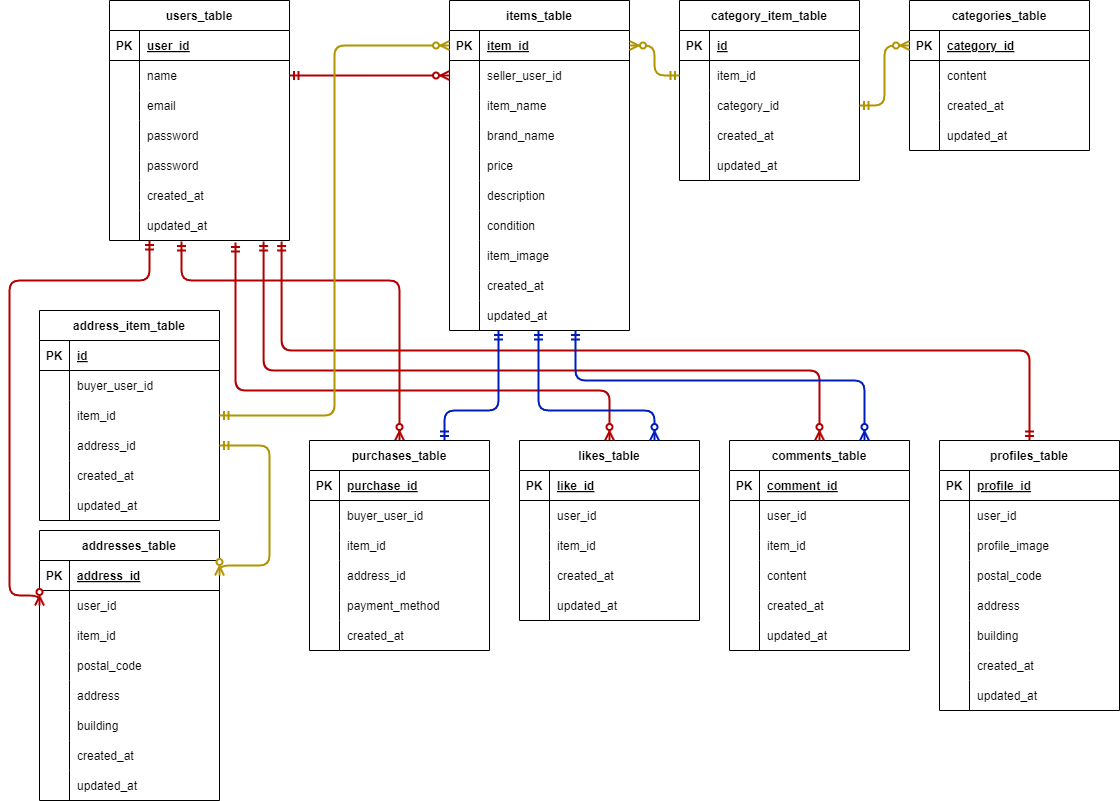
risamatsumoto1104/pro-test keeps this draw.io diagram as er.png. Above is the earlier version. Source tidied: cells renumbered, new cells last; positions are measured from the earlier drawing's top-left corner, leaving out a move shared by most shapes.
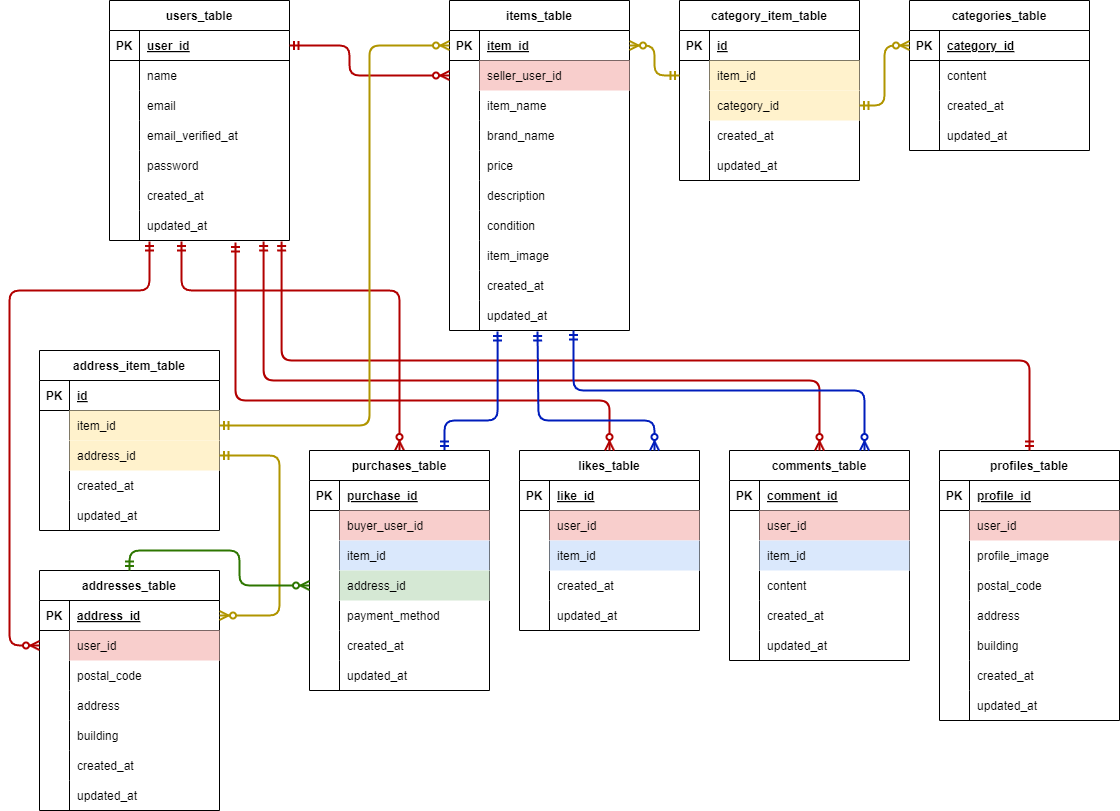
After the commit.

Diff of the diagram source:
```diff
@@ -5,3 +5,3 @@
     <mxCell id="2" value="users_table" style="shape=table;startSize=30;rowLines=0;fontStyle=1;align=center;" parent="1" vertex="1">
-      <mxGeometry x="100" width="180" height="240" as="geometry" />
+      <mxGeometry x="100" y="-10" width="180" height="240" as="geometry" />
     </mxCell>
@@ -37,8 +37,8 @@
     </mxCell>
-    <mxCell id="13" style="shape=partialRectangle;fillColor=none;top=0;left=0;bottom=0;right=0;overflow=hidden;" parent="12" vertex="1">
-      <mxGeometry width="30" height="30" as="geometry" />
-    </mxCell>
-    <mxCell id="14" value="password" style="shape=partialRectangle;fillColor=none;top=0;left=0;bottom=0;right=0;align=left;spacingLeft=6;overflow=hidden;" parent="12" vertex="1">
-      <mxGeometry x="30" width="150" height="30" as="geometry" />
-    </mxCell>
+    <mxCell id="220" style="shape=partialRectangle;fillColor=none;top=0;left=0;bottom=0;right=0;overflow=hidden;" parent="12" vertex="1">
+      <mxGeometry width="30" height="30" as="geometry" />
+    </mxCell>
+    <mxCell id="221" value="email_verified_at" style="shape=partialRectangle;fillColor=none;top=0;left=0;bottom=0;right=0;align=left;spacingLeft=6;overflow=hidden;" parent="12" vertex="1">
+      <mxGeometry x="30" width="150" height="30" as="geometry" />
+    </mxCell>
     <mxCell id="15" style="shape=tableRow;horizontal=0;startSize=0;swimlaneHead=0;swimlaneBody=0;fillColor=none;top=0;left=0;right=0;bottom=0;" parent="2" vertex="1">
@@ -88,3 +88,3 @@
     </mxCell>
-    <mxCell id="30" value="user_id" style="shape=partialRectangle;fillColor=none;top=0;left=0;bottom=0;right=0;align=left;spacingLeft=6;overflow=hidden;" parent="28" vertex="1">
+    <mxCell id="30" value="user_id" style="shape=partialRectangle;fillColor=#f8cecc;top=0;left=0;bottom=0;right=0;align=left;spacingLeft=6;overflow=hidden;strokeColor=#b85450;" parent="28" vertex="1">
       <mxGeometry x="30" width="150" height="30" as="geometry" />
@@ -97,3 +97,3 @@
     </mxCell>
-    <mxCell id="33" value="item_id" style="shape=partialRectangle;fillColor=none;top=0;left=0;bottom=0;right=0;align=left;spacingLeft=6;overflow=hidden;" parent="31" vertex="1">
+    <mxCell id="33" value="item_id" style="shape=partialRectangle;fillColor=#dae8fc;top=0;left=0;bottom=0;right=0;align=left;spacingLeft=6;overflow=hidden;strokeColor=#6c8ebf;" parent="31" vertex="1">
       <mxGeometry x="30" width="150" height="30" as="geometry" />
@@ -136,3 +136,3 @@
     </mxCell>
-    <mxCell id="46" value="user_id" style="shape=partialRectangle;fillColor=none;top=0;left=0;bottom=0;right=0;align=left;spacingLeft=6;overflow=hidden;" parent="44" vertex="1">
+    <mxCell id="46" value="user_id" style="shape=partialRectangle;fillColor=#f8cecc;top=0;left=0;bottom=0;right=0;align=left;spacingLeft=6;overflow=hidden;strokeColor=#b85450;" parent="44" vertex="1">
       <mxGeometry x="30" width="150" height="30" as="geometry" />
@@ -211,3 +211,3 @@
     </mxCell>
-    <mxCell id="71" value="user_id" style="shape=partialRectangle;fillColor=none;top=0;left=0;bottom=0;right=0;align=left;spacingLeft=6;overflow=hidden;" parent="69" vertex="1">
+    <mxCell id="71" value="user_id" style="shape=partialRectangle;fillColor=#f8cecc;top=0;left=0;bottom=0;right=0;align=left;spacingLeft=6;overflow=hidden;strokeColor=#b85450;" parent="69" vertex="1">
       <mxGeometry x="30" width="150" height="30" as="geometry" />
@@ -220,3 +220,3 @@
     </mxCell>
-    <mxCell id="74" value="item_id" style="shape=partialRectangle;fillColor=none;top=0;left=0;bottom=0;right=0;align=left;spacingLeft=6;overflow=hidden;" parent="72" vertex="1">
+    <mxCell id="74" value="item_id" style="shape=partialRectangle;fillColor=#dae8fc;top=0;left=0;bottom=0;right=0;align=left;spacingLeft=6;overflow=hidden;strokeColor=#6c8ebf;" parent="72" vertex="1">
       <mxGeometry x="30" width="150" height="30" as="geometry" />
@@ -251,3 +251,3 @@
     <mxCell id="84" value="items_table" style="shape=table;startSize=30;rowLines=0;fontStyle=1;align=center;" parent="1" vertex="1">
-      <mxGeometry x="440" width="180" height="330" as="geometry" />
+      <mxGeometry x="440" y="-10" width="180" height="330" as="geometry" />
     </mxCell>
@@ -268,3 +268,3 @@
     </mxCell>
-    <mxCell id="90" value="seller_user_id" style="shape=partialRectangle;fillColor=none;top=0;left=0;bottom=0;right=0;align=left;spacingLeft=6;overflow=hidden;" parent="88" vertex="1">
+    <mxCell id="90" value="seller_user_id" style="shape=partialRectangle;fillColor=#f8cecc;top=0;left=0;bottom=0;right=0;align=left;spacingLeft=6;overflow=hidden;strokeColor=#b85450;" parent="88" vertex="1">
       <mxGeometry x="30" width="150" height="30" as="geometry" />
@@ -344,3 +344,3 @@
     <mxCell id="115" value="address_item_table" style="shape=table;startSize=30;rowLines=0;fontStyle=1;align=center;" parent="1" vertex="1">
-      <mxGeometry x="30" y="310" width="180" height="210" as="geometry" />
+      <mxGeometry x="30" y="340" width="180" height="180" as="geometry" />
     </mxCell>
@@ -355,13 +355,4 @@
     </mxCell>
-    <mxCell id="119" style="shape=tableRow;horizontal=0;startSize=0;swimlaneHead=0;swimlaneBody=0;fillColor=none;top=0;left=0;right=0;bottom=0;" parent="115" vertex="1">
-      <mxGeometry y="60" width="180" height="30" as="geometry" />
-    </mxCell>
-    <mxCell id="120" style="shape=partialRectangle;fillColor=none;top=0;left=0;bottom=0;right=0;overflow=hidden;" parent="119" vertex="1">
-      <mxGeometry width="30" height="30" as="geometry" />
-    </mxCell>
-    <mxCell id="121" value="buyer_user_id" style="shape=partialRectangle;fillColor=none;top=0;left=0;bottom=0;right=0;align=left;spacingLeft=6;overflow=hidden;" parent="119" vertex="1">
-      <mxGeometry x="30" width="150" height="30" as="geometry" />
-    </mxCell>
     <mxCell id="122" style="shape=tableRow;horizontal=0;startSize=0;swimlaneHead=0;swimlaneBody=0;fillColor=none;points=[[0,0.5],[1,0.5]];portConstraint=eastwest;top=0;left=0;right=0;bottom=0;" parent="115" vertex="1">
-      <mxGeometry y="90" width="180" height="30" as="geometry" />
+      <mxGeometry y="60" width="180" height="30" as="geometry" />
     </mxCell>
@@ -370,3 +361,3 @@
     </mxCell>
-    <mxCell id="124" value="item_id" style="shape=partialRectangle;fillColor=none;top=0;left=0;bottom=0;right=0;align=left;spacingLeft=6;overflow=hidden;" parent="122" vertex="1">
+    <mxCell id="124" value="item_id" style="shape=partialRectangle;fillColor=#fff2cc;top=0;left=0;bottom=0;right=0;align=left;spacingLeft=6;overflow=hidden;strokeColor=#d6b656;" parent="122" vertex="1">
       <mxGeometry x="30" width="150" height="30" as="geometry" />
@@ -374,3 +365,3 @@
     <mxCell id="125" style="shape=tableRow;horizontal=0;startSize=0;swimlaneHead=0;swimlaneBody=0;fillColor=none;points=[[0,0.5],[1,0.5]];portConstraint=eastwest;top=0;left=0;right=0;bottom=0;" parent="115" vertex="1">
-      <mxGeometry y="120" width="180" height="30" as="geometry" />
+      <mxGeometry y="90" width="180" height="30" as="geometry" />
     </mxCell>
@@ -379,3 +370,3 @@
     </mxCell>
-    <mxCell id="127" value="address_id" style="shape=partialRectangle;fillColor=none;top=0;left=0;bottom=0;right=0;align=left;spacingLeft=6;overflow=hidden;" parent="125" vertex="1">
+    <mxCell id="127" value="address_id" style="shape=partialRectangle;fillColor=#fff2cc;top=0;left=0;bottom=0;right=0;align=left;spacingLeft=6;overflow=hidden;strokeColor=#d6b656;" parent="125" vertex="1">
       <mxGeometry x="30" width="150" height="30" as="geometry" />
@@ -383,3 +374,3 @@
     <mxCell id="128" style="shape=tableRow;horizontal=0;startSize=0;swimlaneHead=0;swimlaneBody=0;fillColor=none;top=0;left=0;right=0;bottom=0;" parent="115" vertex="1">
-      <mxGeometry y="150" width="180" height="30" as="geometry" />
+      <mxGeometry y="120" width="180" height="30" as="geometry" />
     </mxCell>
@@ -392,3 +383,3 @@
     <mxCell id="131" style="shape=tableRow;horizontal=0;startSize=0;swimlaneHead=0;swimlaneBody=0;fillColor=none;top=0;left=0;right=0;bottom=0;" parent="115" vertex="1">
-      <mxGeometry y="180" width="180" height="30" as="geometry" />
+      <mxGeometry y="150" width="180" height="30" as="geometry" />
     </mxCell>
@@ -401,3 +392,3 @@
     <mxCell id="134" value="addresses_table" style="shape=table;startSize=30;rowLines=0;fontStyle=1;align=center;" parent="1" vertex="1">
-      <mxGeometry x="30" y="530" width="180" height="270" as="geometry" />
+      <mxGeometry x="30" y="560" width="180" height="240" as="geometry" />
     </mxCell>
@@ -418,16 +409,7 @@
     </mxCell>
-    <mxCell id="140" value="user_id" style="shape=partialRectangle;fillColor=none;top=0;left=0;bottom=0;right=0;align=left;spacingLeft=6;overflow=hidden;" parent="138" vertex="1">
+    <mxCell id="140" value="user_id" style="shape=partialRectangle;fillColor=#f8cecc;top=0;left=0;bottom=0;right=0;align=left;spacingLeft=6;overflow=hidden;strokeColor=#b85450;" parent="138" vertex="1">
       <mxGeometry x="30" width="150" height="30" as="geometry" />
     </mxCell>
-    <mxCell id="141" style="shape=tableRow;horizontal=0;startSize=0;swimlaneHead=0;swimlaneBody=0;fillColor=none;top=0;left=0;right=0;bottom=0;" parent="134" vertex="1">
-      <mxGeometry y="90" width="180" height="30" as="geometry" />
-    </mxCell>
-    <mxCell id="142" style="shape=partialRectangle;fillColor=none;top=0;left=0;bottom=0;right=0;overflow=hidden;" parent="141" vertex="1">
-      <mxGeometry width="30" height="30" as="geometry" />
-    </mxCell>
-    <mxCell id="143" value="item_id" style="shape=partialRectangle;fillColor=none;top=0;left=0;bottom=0;right=0;align=left;spacingLeft=6;overflow=hidden;" parent="141" vertex="1">
-      <mxGeometry x="30" width="150" height="30" as="geometry" />
-    </mxCell>
     <mxCell id="144" style="shape=tableRow;horizontal=0;startSize=0;swimlaneHead=0;swimlaneBody=0;fillColor=none;top=0;left=0;right=0;bottom=0;" parent="134" vertex="1">
-      <mxGeometry y="120" width="180" height="30" as="geometry" />
+      <mxGeometry y="90" width="180" height="30" as="geometry" />
     </mxCell>
@@ -440,3 +422,3 @@
     <mxCell id="147" style="shape=tableRow;horizontal=0;startSize=0;swimlaneHead=0;swimlaneBody=0;fillColor=none;top=0;left=0;right=0;bottom=0;" parent="134" vertex="1">
-      <mxGeometry y="150" width="180" height="30" as="geometry" />
+      <mxGeometry y="120" width="180" height="30" as="geometry" />
     </mxCell>
@@ -449,3 +431,3 @@
     <mxCell id="150" style="shape=tableRow;horizontal=0;startSize=0;swimlaneHead=0;swimlaneBody=0;fillColor=none;top=0;left=0;right=0;bottom=0;" parent="134" vertex="1">
-      <mxGeometry y="180" width="180" height="30" as="geometry" />
+      <mxGeometry y="150" width="180" height="30" as="geometry" />
     </mxCell>
@@ -458,3 +440,3 @@
     <mxCell id="153" style="shape=tableRow;horizontal=0;startSize=0;swimlaneHead=0;swimlaneBody=0;fillColor=none;top=0;left=0;right=0;bottom=0;" parent="134" vertex="1">
-      <mxGeometry y="210" width="180" height="30" as="geometry" />
+      <mxGeometry y="180" width="180" height="30" as="geometry" />
     </mxCell>
@@ -467,3 +449,3 @@
     <mxCell id="156" style="shape=tableRow;horizontal=0;startSize=0;swimlaneHead=0;swimlaneBody=0;fillColor=none;top=0;left=0;right=0;bottom=0;" parent="134" vertex="1">
-      <mxGeometry y="240" width="180" height="30" as="geometry" />
+      <mxGeometry y="210" width="180" height="30" as="geometry" />
     </mxCell>
@@ -475,4 +457,9 @@
     </mxCell>
-    <mxCell id="159" style="fontSize=12;html=1;endArrow=ERzeroToMany;startArrow=ERmandOne;entryX=0;entryY=0.5;entryDx=0;entryDy=0;exitX=1;exitY=0.5;exitDx=0;exitDy=0;strokeWidth=2;fillColor=#e51400;strokeColor=#B20000;" parent="1" edge="1" source="6" target="88">
-      <mxGeometry relative="1" as="geometry" />
+    <mxCell id="159" style="fontSize=12;html=1;endArrow=ERzeroToMany;startArrow=ERmandOne;entryX=0;entryY=0.5;entryDx=0;entryDy=0;exitX=1;exitY=0.5;exitDx=0;exitDy=0;strokeWidth=2;fillColor=#e51400;strokeColor=#B20000;edgeStyle=orthogonalEdgeStyle;" parent="1" edge="1" source="5" target="88">
+      <mxGeometry relative="1" as="geometry">
+        <Array as="points">
+          <mxPoint x="340" y="35" />
+          <mxPoint x="340" y="65" />
+        </Array>
+      </mxGeometry>
     </mxCell>
@@ -510,8 +497,7 @@
     </mxCell>
-    <mxCell id="164" style="fontSize=12;html=1;endArrow=ERmandOne;startArrow=ERmandOne;strokeWidth=2;exitX=0.75;exitY=0;exitDx=0;exitDy=0;edgeStyle=orthogonalEdgeStyle;strokeColor=#001DBC;fillColor=#0050ef;" parent="1" edge="1" source="196">
+    <mxCell id="164" style="fontSize=12;html=1;endArrow=ERmandOne;startArrow=ERmandOne;strokeWidth=2;exitX=0.75;exitY=0;exitDx=0;exitDy=0;edgeStyle=orthogonalEdgeStyle;strokeColor=#001DBC;fillColor=#0050ef;entryX=0.267;entryY=1.033;entryDx=0;entryDy=0;entryPerimeter=0;" parent="1" edge="1" source="196" target="112">
       <mxGeometry relative="1" as="geometry">
-        <mxPoint x="489" y="330" as="targetPoint" />
         <Array as="points">
           <mxPoint x="435" y="410" />
-          <mxPoint x="489" y="410" />
+          <mxPoint x="488" y="410" />
         </Array>
@@ -519,5 +505,4 @@
     </mxCell>
-    <mxCell id="165" style="edgeStyle=orthogonalEdgeStyle;fontSize=12;html=1;endArrow=ERzeroToMany;startArrow=ERmandOne;strokeWidth=2;entryX=0.75;entryY=0;entryDx=0;entryDy=0;fillColor=#0050ef;strokeColor=#001DBC;" parent="1" edge="1" target="24">
+    <mxCell id="165" style="edgeStyle=orthogonalEdgeStyle;fontSize=12;html=1;endArrow=ERzeroToMany;startArrow=ERmandOne;strokeWidth=2;entryX=0.75;entryY=0;entryDx=0;entryDy=0;fillColor=#0050ef;strokeColor=#001DBC;exitX=0.489;exitY=1.033;exitDx=0;exitDy=0;exitPerimeter=0;" parent="1" edge="1" source="112" target="24">
       <mxGeometry relative="1" as="geometry">
-        <mxPoint x="529" y="330" as="sourcePoint" />
         <Array as="points">
@@ -528,7 +513,6 @@
     </mxCell>
-    <mxCell id="166" style="edgeStyle=orthogonalEdgeStyle;fontSize=12;html=1;endArrow=ERzeroToMany;startArrow=ERmandOne;strokeWidth=2;entryX=0.75;entryY=0;entryDx=0;entryDy=0;fillColor=#0050ef;strokeColor=#001DBC;" parent="1" edge="1" target="65">
+    <mxCell id="166" style="edgeStyle=orthogonalEdgeStyle;fontSize=12;html=1;endArrow=ERzeroToMany;startArrow=ERmandOne;strokeWidth=2;entryX=0.75;entryY=0;entryDx=0;entryDy=0;fillColor=#0050ef;strokeColor=#001DBC;exitX=0.689;exitY=1;exitDx=0;exitDy=0;exitPerimeter=0;" parent="1" edge="1" source="112" target="65">
       <mxGeometry relative="1" as="geometry">
-        <mxPoint x="566" y="330" as="sourcePoint" />
         <Array as="points">
-          <mxPoint x="566" y="380" />
+          <mxPoint x="564" y="380" />
           <mxPoint x="855" y="380" />
@@ -538,3 +522,3 @@
     <mxCell id="167" value="categories_table" style="shape=table;startSize=30;rowLines=0;fontStyle=1;align=center;" parent="1" vertex="1">
-      <mxGeometry x="900" width="180" height="150" as="geometry" />
+      <mxGeometry x="900" y="-10" width="180" height="150" as="geometry" />
     </mxCell>
@@ -577,3 +561,3 @@
     <mxCell id="180" value="category_item_table" style="shape=table;startSize=30;rowLines=0;fontStyle=1;align=center;" parent="1" vertex="1">
-      <mxGeometry x="670" width="180" height="180" as="geometry" />
+      <mxGeometry x="670" y="-10" width="180" height="180" as="geometry" />
     </mxCell>
@@ -594,3 +578,3 @@
     </mxCell>
-    <mxCell id="186" value="item_id" style="shape=partialRectangle;fillColor=none;top=0;left=0;bottom=0;right=0;align=left;spacingLeft=6;overflow=hidden;" parent="184" vertex="1">
+    <mxCell id="186" value="item_id" style="shape=partialRectangle;fillColor=#fff2cc;top=0;left=0;bottom=0;right=0;align=left;spacingLeft=6;overflow=hidden;strokeColor=#d6b656;" parent="184" vertex="1">
       <mxGeometry x="30" width="150" height="30" as="geometry" />
@@ -603,3 +587,3 @@
     </mxCell>
-    <mxCell id="189" value="category_id" style="shape=partialRectangle;fillColor=none;top=0;left=0;bottom=0;right=0;align=left;spacingLeft=6;overflow=hidden;" parent="187" vertex="1">
+    <mxCell id="189" value="category_id" style="shape=partialRectangle;fillColor=#fff2cc;top=0;left=0;bottom=0;right=0;align=left;spacingLeft=6;overflow=hidden;strokeColor=#d6b656;" parent="187" vertex="1">
       <mxGeometry x="30" width="150" height="30" as="geometry" />
@@ -625,3 +609,3 @@
     <mxCell id="196" value="purchases_table" style="shape=table;startSize=30;rowLines=0;fontStyle=1;align=center;" parent="1" vertex="1">
-      <mxGeometry x="300" y="440" width="180" height="210" as="geometry" />
+      <mxGeometry x="300" y="440" width="180" height="240" as="geometry" />
     </mxCell>
@@ -642,3 +626,3 @@
     </mxCell>
-    <mxCell id="202" value="buyer_user_id" style="shape=partialRectangle;fillColor=none;top=0;left=0;bottom=0;right=0;align=left;spacingLeft=6;overflow=hidden;" parent="200" vertex="1">
+    <mxCell id="202" value="buyer_user_id" style="shape=partialRectangle;fillColor=#f8cecc;top=0;left=0;bottom=0;right=0;align=left;spacingLeft=6;overflow=hidden;strokeColor=#b85450;" parent="200" vertex="1">
       <mxGeometry x="30" width="150" height="30" as="geometry" />
@@ -651,3 +635,3 @@
     </mxCell>
-    <mxCell id="205" value="item_id" style="shape=partialRectangle;fillColor=none;top=0;left=0;bottom=0;right=0;align=left;spacingLeft=6;overflow=hidden;" parent="203" vertex="1">
+    <mxCell id="205" value="item_id" style="shape=partialRectangle;fillColor=#dae8fc;top=0;left=0;bottom=0;right=0;align=left;spacingLeft=6;overflow=hidden;strokeColor=#6c8ebf;" parent="203" vertex="1">
       <mxGeometry x="30" width="150" height="30" as="geometry" />
@@ -660,3 +644,3 @@
     </mxCell>
-    <mxCell id="208" value="address_id" style="shape=partialRectangle;fillColor=none;top=0;left=0;bottom=0;right=0;align=left;spacingLeft=6;overflow=hidden;" parent="206" vertex="1">
+    <mxCell id="208" value="address_id" style="shape=partialRectangle;fillColor=#d5e8d4;top=0;left=0;bottom=0;right=0;align=left;spacingLeft=6;overflow=hidden;strokeColor=#82b366;" parent="206" vertex="1">
       <mxGeometry x="30" width="150" height="30" as="geometry" />
@@ -681,5 +665,13 @@
     </mxCell>
+    <mxCell id="222" style="shape=tableRow;horizontal=0;startSize=0;swimlaneHead=0;swimlaneBody=0;fillColor=none;top=0;left=0;right=0;bottom=0;" parent="196" vertex="1">
+      <mxGeometry y="210" width="180" height="30" as="geometry" />
+    </mxCell>
+    <mxCell id="223" style="shape=partialRectangle;fillColor=none;top=0;left=0;bottom=0;right=0;overflow=hidden;" parent="222" vertex="1">
+      <mxGeometry width="30" height="30" as="geometry" />
+    </mxCell>
+    <mxCell id="224" value="updated_at" style="shape=partialRectangle;fillColor=none;top=0;left=0;bottom=0;right=0;align=left;spacingLeft=6;overflow=hidden;" parent="222" vertex="1">
+      <mxGeometry x="30" width="150" height="30" as="geometry" />
+    </mxCell>
-    <mxCell id="215" style="fontSize=12;html=1;endArrow=ERzeroToMany;startArrow=ERmandOne;entryX=0;entryY=0.5;entryDx=0;entryDy=0;strokeWidth=2;edgeStyle=orthogonalEdgeStyle;fillColor=#e51400;strokeColor=#B20000;exitX=0.4;exitY=1.033;exitDx=0;exitDy=0;exitPerimeter=0;" parent="1" edge="1" target="138">
+    <mxCell id="215" style="fontSize=12;html=1;endArrow=ERzeroToMany;startArrow=ERmandOne;entryX=0;entryY=0.5;entryDx=0;entryDy=0;strokeWidth=2;edgeStyle=orthogonalEdgeStyle;fillColor=#e51400;strokeColor=#B20000;exitX=0.222;exitY=1.033;exitDx=0;exitDy=0;exitPerimeter=0;" parent="1" edge="1" source="21" target="138">
       <mxGeometry relative="1" as="geometry">
-        <mxPoint x="140" y="240" as="sourcePoint" />
         <Array as="points">
@@ -687,3 +679,3 @@
           <mxPoint y="280" />
-          <mxPoint y="595" />
+          <mxPoint y="635" />
         </Array>
@@ -700,5 +692,4 @@
         <Array as="points">
-          <mxPoint x="260" y="445" />
-          <mxPoint x="260" y="565" />
-          <mxPoint x="210" y="565" />
+          <mxPoint x="270" y="445" />
+          <mxPoint x="270" y="605" />
         </Array>
@@ -707,4 +698,18 @@
     <mxCell id="219" style="edgeStyle=orthogonalEdgeStyle;fontSize=12;html=1;endArrow=ERzeroToMany;startArrow=ERmandOne;strokeWidth=2;entryX=0;entryY=0.5;entryDx=0;entryDy=0;exitX=1;exitY=0.5;exitDx=0;exitDy=0;fillColor=#e3c800;strokeColor=#B09500;" parent="1" edge="1" source="122" target="85">
-      <mxGeometry relative="1" as="geometry" />
+      <mxGeometry relative="1" as="geometry">
+        <Array as="points">
+          <mxPoint x="360" y="415" />
+          <mxPoint x="360" y="35" />
+        </Array>
+      </mxGeometry>
     </mxCell>
+    <mxCell id="225" style="edgeStyle=orthogonalEdgeStyle;fontSize=12;html=1;endArrow=ERzeroToMany;startArrow=ERmandOne;strokeWidth=2;entryX=0;entryY=0.5;entryDx=0;entryDy=0;exitX=0.5;exitY=0;exitDx=0;exitDy=0;fillColor=#60a917;strokeColor=#2D7600;" parent="1" edge="1" source="134" target="206">
+      <mxGeometry relative="1" as="geometry">
+        <Array as="points">
+          <mxPoint x="120" y="540" />
+          <mxPoint x="230" y="540" />
+          <mxPoint x="230" y="575" />
+        </Array>
+      </mxGeometry>
+    </mxCell>
   </root>
```
